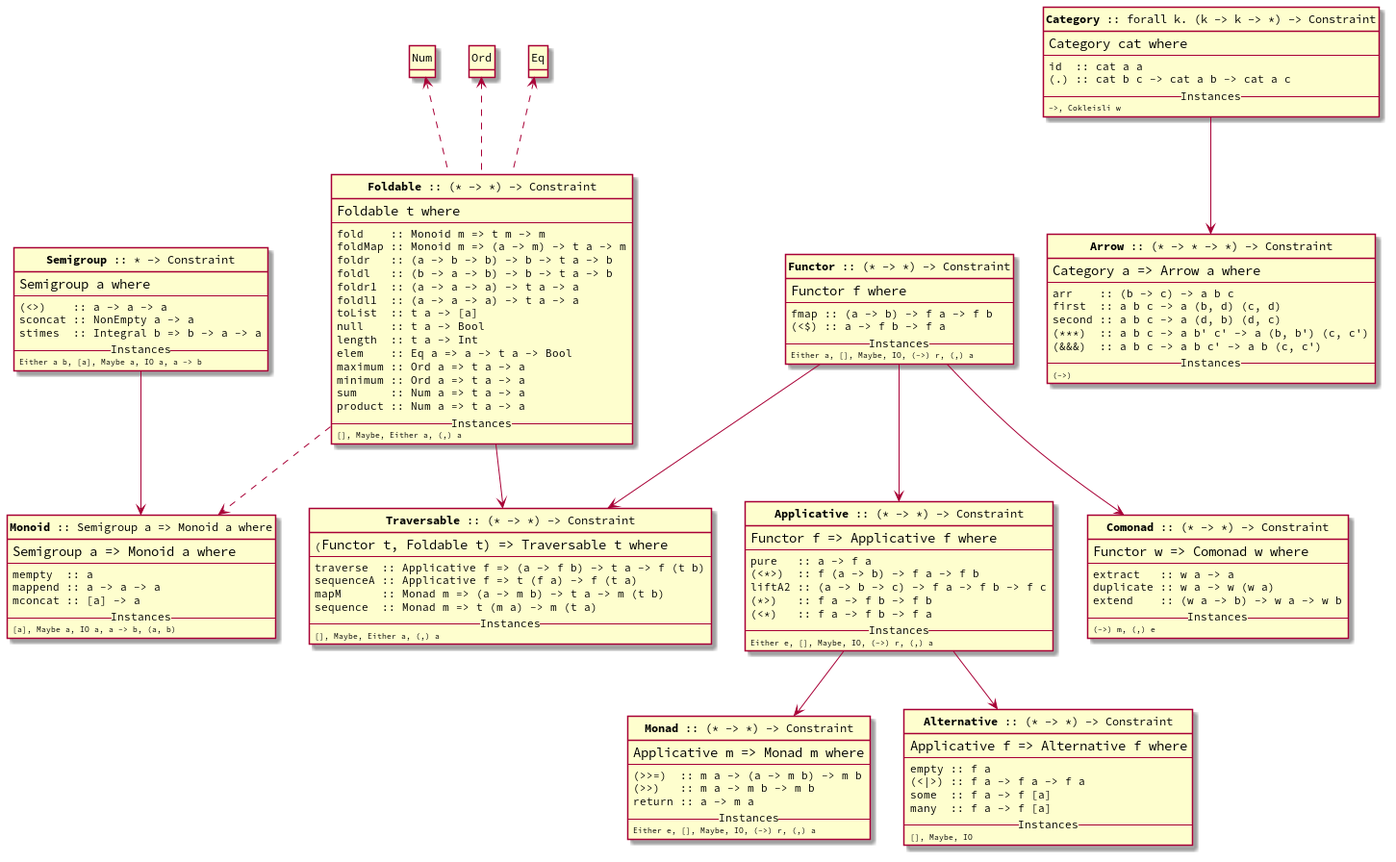
dustinlacewell/haskell-typeclass-atlas keeps this PlantUML diagram as atlas.png. Above is the earlier version.
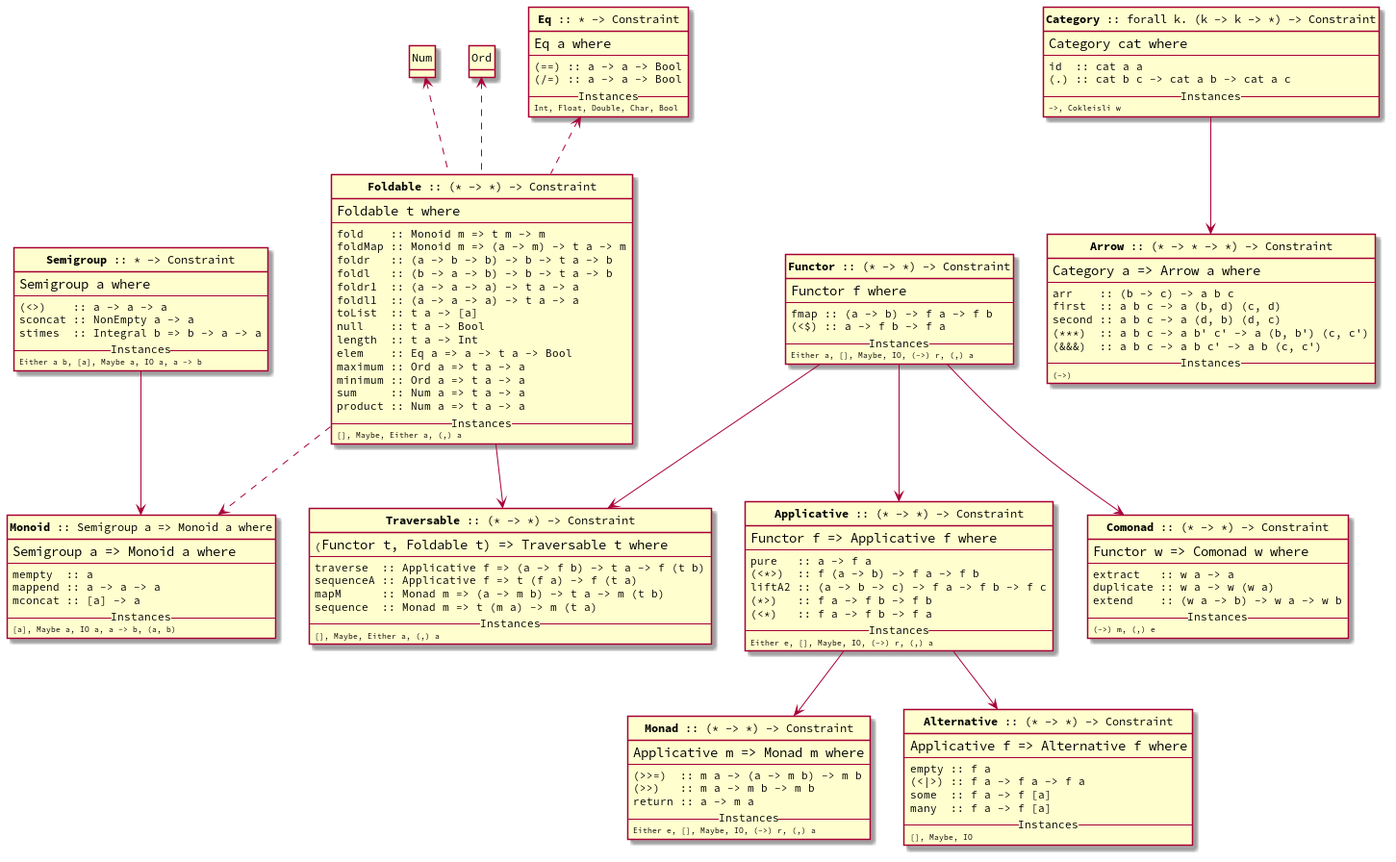
Later version of the same file.

Commit message:
Fill out Eq

What changed in the source:
```diff
@@ -5,7 +5,7 @@
 skinparam defaultFontColor black
 skinparam defaultFontName "Source Code Pro"
 
-
+class Eq as "**Eq** :: * -> Constraint"
 class Semigroup as "**Semigroup** :: * -> Constraint"
 class Monoid as "**Monoid** :: Semigroup a => Monoid a where"
 class Functor as "**Functor** :: (* -> *) -> Constraint"
@@ -17,6 +17,15 @@
 class Arrow as "**Arrow** :: (* -> * -> *) -> Constraint"
 class Monad as "**Monad** :: (* -> *) -> Constraint"
 class Alternative as "**Alternative** :: (* -> *) -> Constraint"
+
+class Eq {
+        <size:14>Eq a where</size>
+        ---
+        (==) :: a -> a -> Bool
+        (/=) :: a -> a -> Bool
+        --Instances--
+        <size:8>Int, Float, Double, Char, Bool</size>
+}
 
 Functor --> Traversable
 Functor --> Applicative
```
